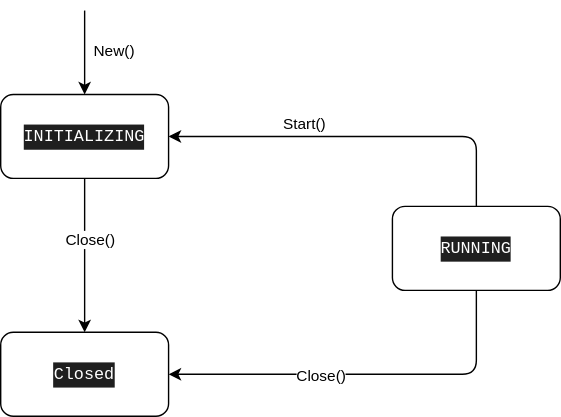
Above: content/posts/geth-code/ch01-02-geth-node/images/geth-node.drawio.svg in phenix3443/blog (draw.io), before the change. Source tidied: cells renumbered, new cells last; positions are measured from the earlier drawing's top-left corner, leaving out a move shared by most shapes.
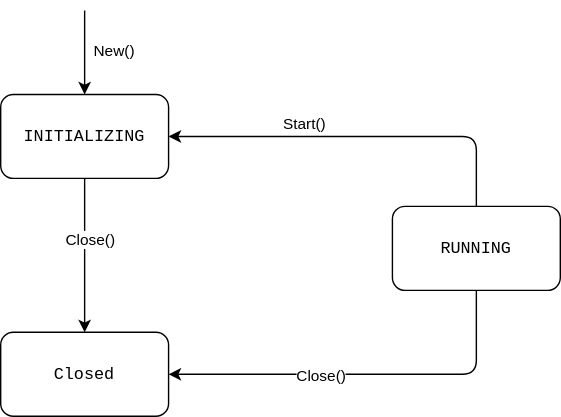
After the commit.

Commit message:
feat: update diagram font color

Change to the diagram source:
```diff
@@ -18,7 +18,7 @@
         <mxPoint x="19" as="offset" />
       </mxGeometry>
     </mxCell>
-    <mxCell id="6" value="&lt;div style=&quot;background-color: rgb(31, 31, 31); font-family: Menlo, Monaco, &amp;quot;Courier New&amp;quot;, monospace; line-height: 18px;&quot;&gt;&lt;font color=&quot;#ffffff&quot;&gt;INITIALIZING&lt;/font&gt;&lt;/div&gt;" style="rounded=1;whiteSpace=wrap;html=1;" parent="1" vertex="1">
+    <mxCell id="6" value="&lt;div style=&quot;font-family: Menlo, Monaco, &amp;quot;Courier New&amp;quot;, monospace; line-height: 18px;&quot;&gt;&lt;font color=&quot;#000000&quot;&gt;INITIALIZING&lt;/font&gt;&lt;/div&gt;" style="rounded=1;whiteSpace=wrap;html=1;" parent="1" vertex="1">
       <mxGeometry y="60" width="120" height="60" as="geometry" />
     </mxCell>
     <mxCell id="7" style="edgeStyle=none;html=1;exitX=0.5;exitY=0;exitDx=0;exitDy=0;entryX=1;entryY=0.5;entryDx=0;entryDy=0;" parent="1" edge="1" source="11" target="6">
@@ -43,10 +43,10 @@
     <mxCell id="10" value="Close()" style="edgeLabel;html=1;align=center;verticalAlign=middle;" parent="9" vertex="1">
       <mxGeometry x="0.23" relative="1" as="geometry" />
     </mxCell>
-    <mxCell id="11" value="&lt;div style=&quot;background-color: rgb(31, 31, 31); font-family: Menlo, Monaco, &amp;quot;Courier New&amp;quot;, monospace; line-height: 18px;&quot;&gt;&lt;font color=&quot;#ffffff&quot;&gt;RUNNING&lt;/font&gt;&lt;/div&gt;" style="rounded=1;whiteSpace=wrap;html=1;" parent="1" vertex="1">
+    <mxCell id="11" value="&lt;div style=&quot;font-family: Menlo, Monaco, &amp;quot;Courier New&amp;quot;, monospace; line-height: 18px;&quot;&gt;&lt;font color=&quot;#000000&quot;&gt;RUNNING&lt;/font&gt;&lt;/div&gt;" style="rounded=1;whiteSpace=wrap;html=1;" parent="1" vertex="1">
       <mxGeometry x="280" y="140" width="120" height="60" as="geometry" />
     </mxCell>
-    <mxCell id="12" value="&lt;div style=&quot;background-color: rgb(31, 31, 31); font-family: Menlo, Monaco, &amp;quot;Courier New&amp;quot;, monospace; line-height: 18px;&quot;&gt;&lt;font color=&quot;#ffffff&quot;&gt;Closed&lt;/font&gt;&lt;/div&gt;" style="rounded=1;whiteSpace=wrap;html=1;" parent="1" vertex="1">
+    <mxCell id="12" value="&lt;div style=&quot;font-family: Menlo, Monaco, &amp;quot;Courier New&amp;quot;, monospace; line-height: 18px;&quot;&gt;&lt;font color=&quot;#000000&quot;&gt;Closed&lt;/font&gt;&lt;/div&gt;" style="rounded=1;whiteSpace=wrap;html=1;" parent="1" vertex="1">
       <mxGeometry y="230" width="120" height="60" as="geometry" />
     </mxCell>
   </root>
```
